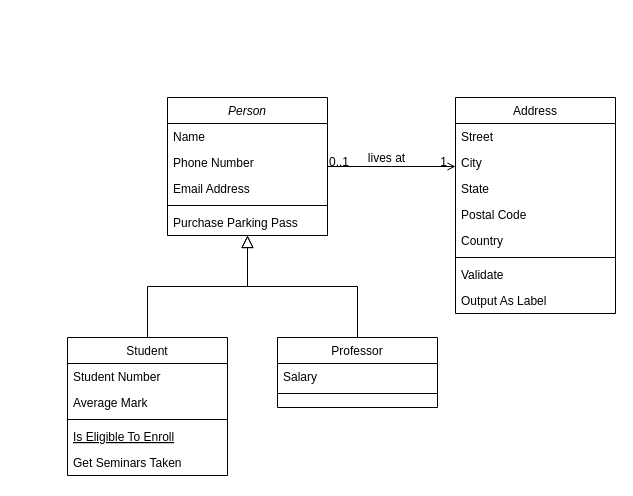
Before: 未命名绘图.drawio in Andre-xue/picgo, a draw.io diagram. Source tidied: cells renumbered, new cells numbered last; positions are measured from the earlier drawing's top-left corner, leaving out a move shared by most shapes. Both pictures are drawn from the tidied source at 100%, with x=0, y=0 at pixel (67, 97).
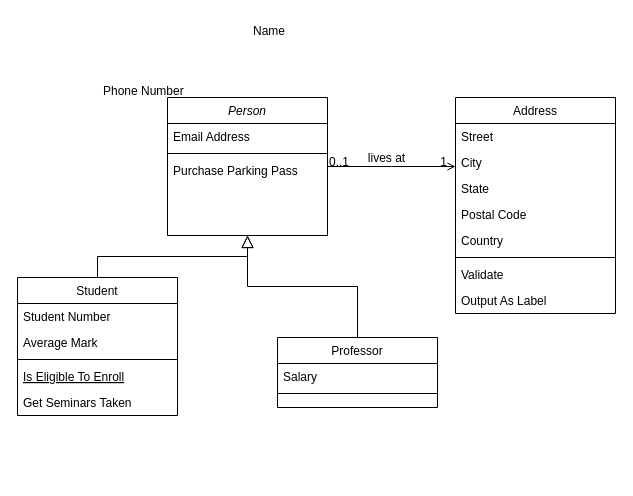
The same page after the edit.

Commit message:
更新未命名绘图.drawio

The change refers to these unchanged cells:
```xml
<mxCell id="2" value="Person" style="swimlane;fontStyle=2;align=center;verticalAlign=top;horizontal=1;startSize=26;rounded=0;shadow=0;strokeWidth=1;" parent="1" vertex="1">
  <mxGeometry x="100" width="160" height="138" as="geometry" />
</mxCell>
```

Diff of the diagram source:
```diff
@@
-    <mxCell id="3" value="Name" style="text;align=left;verticalAlign=top;spacingLeft=4;spacingRight=4;overflow=hidden;" parent="2" vertex="1">
-      <mxGeometry y="26" width="160" height="26" as="geometry" />
-    </mxCell>
-    <mxCell id="4" value="Phone Number" style="text;align=left;verticalAlign=top;spacingLeft=4;spacingRight=4;overflow=hidden;rounded=0;shadow=0;html=0;" parent="2" vertex="1">
-      <mxGeometry y="52" width="160" height="26" as="geometry" />
-    </mxCell>
     <mxCell id="5" value="Email Address" style="text;align=left;verticalAlign=top;spacingLeft=4;spacingRight=4;overflow=hidden;rounded=0;shadow=0;html=0;" parent="2" vertex="1">
-      <mxGeometry y="78" width="160" height="26" as="geometry" />
+      <mxGeometry y="26" width="160" height="26" as="geometry" />
     </mxCell>
     <mxCell id="6" style="line;html=1;strokeWidth=1;align=left;verticalAlign=middle;spacingTop=-1;spacingLeft=3;spacingRight=3;labelPosition=right;" parent="2" vertex="1">
-      <mxGeometry y="104" width="160" height="8" as="geometry" />
+      <mxGeometry y="52" width="160" height="8" as="geometry" />
     </mxCell>
     <mxCell id="7" value="Purchase Parking Pass" style="text;align=left;verticalAlign=top;spacingLeft=4;spacingRight=4;overflow=hidden;" parent="2" vertex="1">
-      <mxGeometry y="112" width="160" height="26" as="geometry" />
+      <mxGeometry y="60" width="160" height="26" as="geometry" />
     </mxCell>
     <mxCell id="8" value="Student" style="swimlane;fontStyle=0;align=center;verticalAlign=top;horizontal=1;startSize=26;rounded=0;shadow=0;strokeWidth=1;" parent="1" vertex="1">
-      <mxGeometry y="240" width="160" height="138" as="geometry" />
+      <mxGeometry x="-50" y="180" width="160" height="138" as="geometry" />
     </mxCell>
@@
+    <mxCell id="4" value="Phone Number" style="text;align=left;verticalAlign=top;spacingLeft=4;spacingRight=4;overflow=hidden;rounded=0;shadow=0;html=0;" parent="1" vertex="1">
+      <mxGeometry x="30" y="-20" width="160" height="26" as="geometry" />
+    </mxCell>
+    <mxCell id="3" value="Name" style="text;align=left;verticalAlign=top;spacingLeft=4;spacingRight=4;overflow=hidden;" parent="1" vertex="1">
+      <mxGeometry x="180" y="-80" width="160" height="26" as="geometry" />
+    </mxCell>
```
